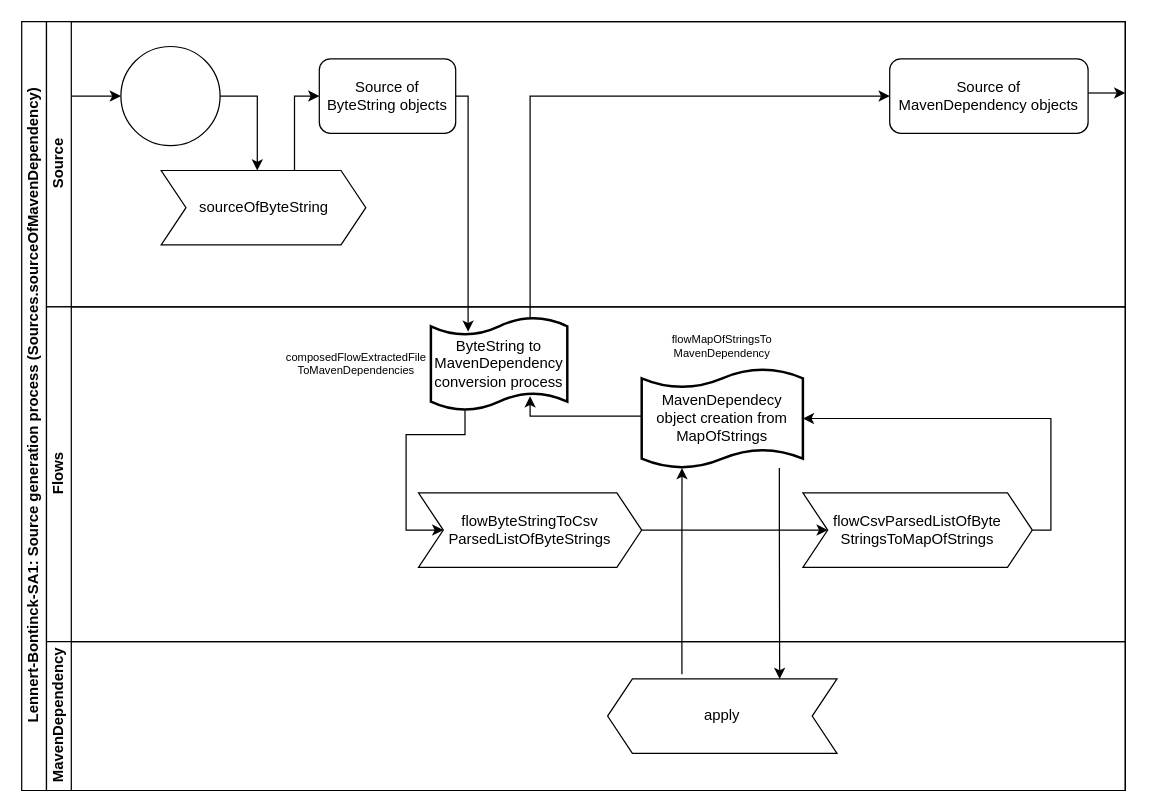
The draw.io diagram diagram/source/source.drawio in pikawika/VUB-SA-assignment-1, before the edit. Source tidied: cells renumbered, new cells numbered last; positions are measured from the earlier drawing's top-left corner, leaving out a move shared by most shapes. Both pictures are drawn from the tidied source at 124%, with x=0, y=0 at pixel (21, 21).
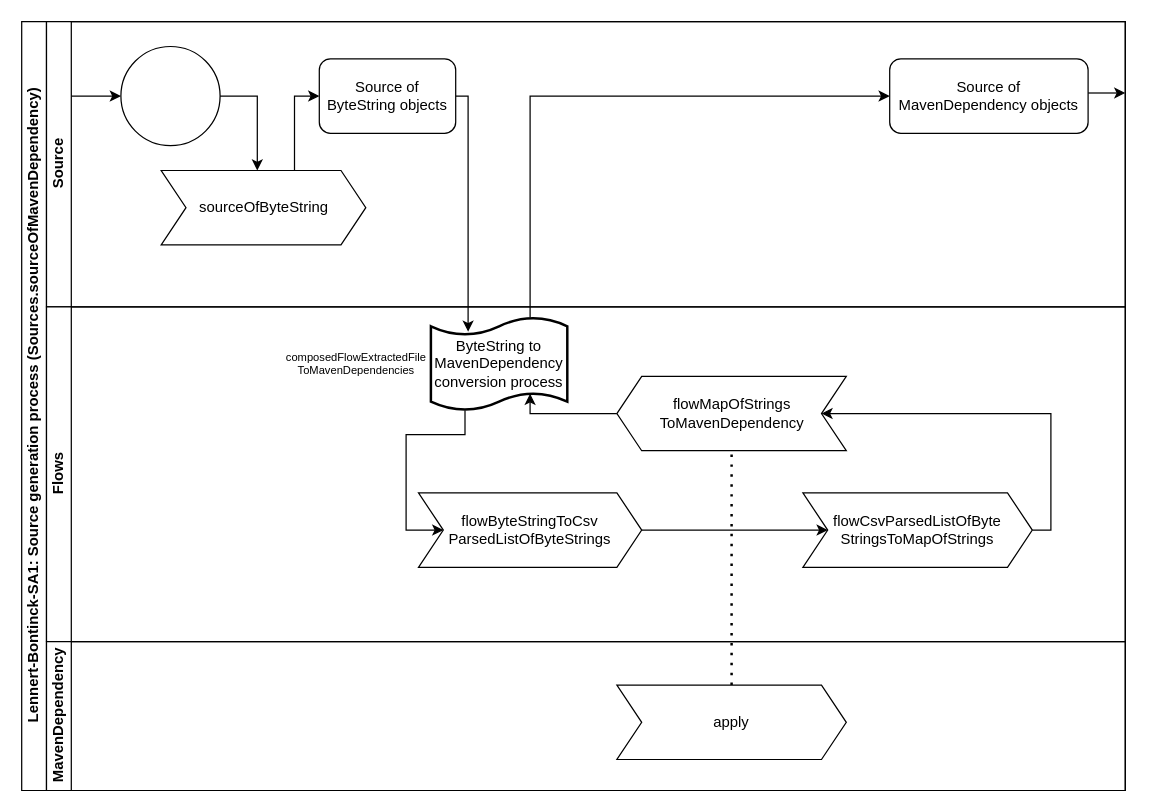
Above is the later version.

Unchanged cells that the change refers to:
```xml
<mxCell id="2" value="Lennert-Bontinck-SA1: Source generation process (Sources.sourceOfMavenDependency)" style="swimlane;html=1;horizontal=0;startSize=20;" parent="1" vertex="1">
  <mxGeometry width="890" height="620" as="geometry" />
</mxCell>
<mxCell id="15" value="Flows" style="swimlane;html=1;startSize=20;horizontal=0;" parent="2" vertex="1">
  <mxGeometry x="20" y="230" width="870" height="270" as="geometry" />
</mxCell>
<mxCell id="17" value="ByteString to MavenDependency conversion process" style="shape=tape;whiteSpace=wrap;html=1;strokeWidth=2;size=0.19;" parent="15" vertex="1">
  <mxGeometry x="310" y="8.5" width="110" height="75" as="geometry" />
</mxCell>
<mxCell id="22" value="flowCsvParsedListOfByte&lt;br&gt;StringsToMapOfStrings" style="shape=step;perimeter=stepPerimeter;whiteSpace=wrap;html=1;fixedSize=1;" parent="15" vertex="1">
  <mxGeometry x="610" y="150" width="185" height="60" as="geometry" />
</mxCell>
<mxCell id="26" value="MavenDependency" style="swimlane;html=1;startSize=20;horizontal=0;" parent="2" vertex="1">
  <mxGeometry x="20" y="500" width="870" height="120" as="geometry" />
</mxCell>
```

The edit, as a diff of the source:
```diff
@@
-    <mxCell id="21" style="edgeStyle=orthogonalEdgeStyle;rounded=0;jettySize=auto;html=1;entryX=1;entryY=0.5;entryDx=0;entryDy=0;entryPerimeter=0;" parent="15" edge="1" source="22" target="24">
+    <mxCell id="21" style="edgeStyle=orthogonalEdgeStyle;rounded=0;jettySize=auto;html=1;entryX=0;entryY=0.5;entryDx=0;entryDy=0;" parent="15" edge="1" source="22" target="32">
       <mxGeometry relative="1" as="geometry">
         <Array as="points">
           <mxPoint x="810" y="180" />
-          <mxPoint x="810" y="90" />
+          <mxPoint x="810" y="86" />
         </Array>
       </mxGeometry>
     </mxCell>
@@
-    <mxCell id="23" style="edgeStyle=orthogonalEdgeStyle;rounded=0;jettySize=auto;html=1;entryX=0.727;entryY=0.847;entryDx=0;entryDy=0;entryPerimeter=0;" parent="15" edge="1" source="24" target="17">
-      <mxGeometry relative="1" as="geometry">
-        <Array as="points">
-          <mxPoint x="390" y="88" />
-        </Array>
-      </mxGeometry>
-    </mxCell>
-    <mxCell id="24" value="MavenDependecy object creation from MapOfStrings" style="shape=tape;whiteSpace=wrap;html=1;strokeWidth=2;size=0.19;" parent="15" vertex="1">
-      <mxGeometry x="480" y="50" width="130" height="80" as="geometry" />
-    </mxCell>
-    <mxCell id="25" value="flowMapOfStringsTo&lt;br&gt;MavenDependency" style="text;html=1;strokeColor=none;fillColor=none;align=center;verticalAlign=middle;whiteSpace=wrap;rounded=0;fontSize=9;" parent="15" vertex="1">
-      <mxGeometry x="490" y="-10" width="110" height="84" as="geometry" />
-    </mxCell>
+    <mxCell id="31" style="edgeStyle=orthogonalEdgeStyle;rounded=0;jettySize=auto;html=1;entryX=0.727;entryY=0.82;entryDx=0;entryDy=0;entryPerimeter=0;" parent="15" edge="1" source="32" target="17">
+      <mxGeometry relative="1" as="geometry">
+        <Array as="points">
+          <mxPoint x="390" y="86" />
+        </Array>
+      </mxGeometry>
+    </mxCell>
+    <mxCell id="32" style="shape=step;perimeter=stepPerimeter;whiteSpace=wrap;html=1;fixedSize=1;rotation=-180;" parent="15" vertex="1">
+      <mxGeometry x="460" y="56" width="185" height="60" as="geometry" />
+    </mxCell>
+    <mxCell id="33" value="flowMapOfStrings&lt;br&gt;ToMavenDependency" style="text;html=1;strokeColor=none;fillColor=none;align=center;verticalAlign=middle;whiteSpace=wrap;rounded=0;" parent="15" vertex="1">
+      <mxGeometry x="532.5" y="76" width="40" height="20" as="geometry" />
+    </mxCell>
@@
-    <mxCell id="27" style="shape=step;perimeter=stepPerimeter;whiteSpace=wrap;html=1;fixedSize=1;rotation=-180;" parent="26" vertex="1">
-      <mxGeometry x="452.5" y="30" width="185" height="60" as="geometry" />
-    </mxCell>
-    <mxCell id="28" value="apply" style="text;html=1;strokeColor=none;fillColor=none;align=center;verticalAlign=middle;whiteSpace=wrap;rounded=0;" parent="26" vertex="1">
-      <mxGeometry x="525" y="50" width="40" height="20" as="geometry" />
+    <mxCell id="28" value="apply" style="shape=step;perimeter=stepPerimeter;whiteSpace=wrap;html=1;fixedSize=1;" parent="26" vertex="1">
+      <mxGeometry x="460" y="35" width="185" height="60" as="geometry" />
     </mxCell>
-    <mxCell id="29" style="edgeStyle=orthogonalEdgeStyle;rounded=0;jettySize=auto;html=1;entryX=0.25;entryY=1;entryDx=0;entryDy=0;entryPerimeter=0;exitX=0.676;exitY=1.061;exitDx=0;exitDy=0;exitPerimeter=0;" parent="2" edge="1" source="27" target="24">
-      <mxGeometry relative="1" as="geometry" />
-    </mxCell>
-    <mxCell id="30" style="edgeStyle=orthogonalEdgeStyle;rounded=0;jettySize=auto;html=1;entryX=0.25;entryY=1;entryDx=0;entryDy=0;" parent="2" edge="1" source="24" target="27">
-      <mxGeometry relative="1" as="geometry">
-        <Array as="points">
-          <mxPoint x="611" y="400" />
-          <mxPoint x="611" y="400" />
-        </Array>
-      </mxGeometry>
-    </mxCell>
+    <mxCell id="34" style="endArrow=none;dashed=1;html=1;dashPattern=1 3;strokeWidth=2;entryX=0.5;entryY=0;entryDx=0;entryDy=0;" parent="2" edge="1" source="28" target="32">
+      <mxGeometry relative="1" as="geometry" />
+    </mxCell>
```
